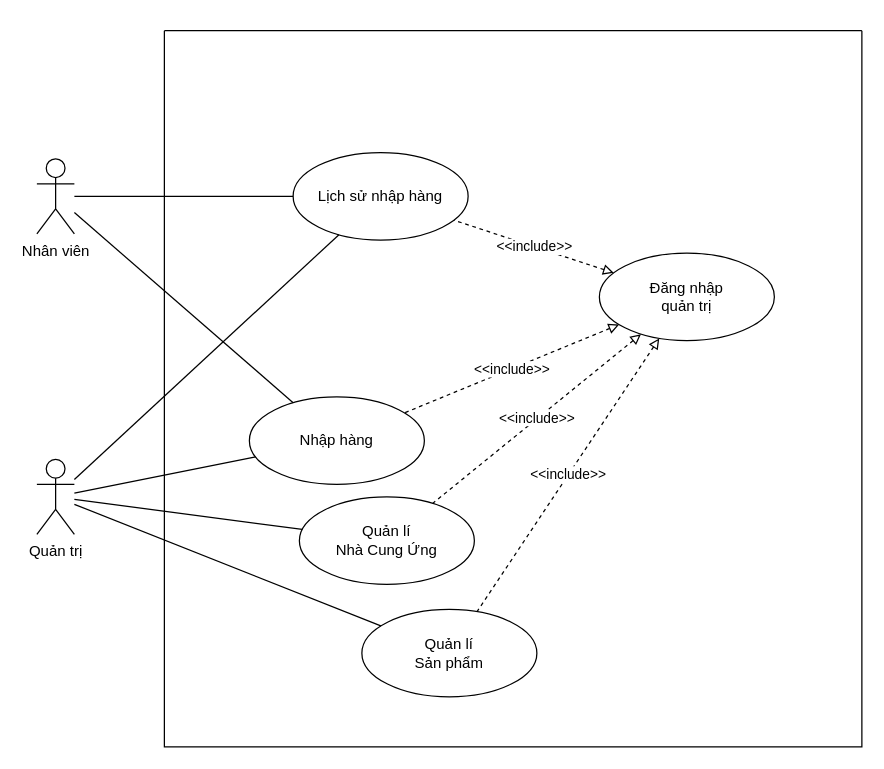
This is page "Page-1" (1 of 2) of Nam3_HK1/CNPM_SoftTech/Usecase Diagrams/UD_6_Warehourse.drawio from EdgarIgnite16/SGU-Course, a draw.io file, before an edit. Source tidied: cells renumbered, new cells numbered last; positions are measured from the earlier drawing's top-left corner, leaving out a move shared by most shapes. Both pictures are drawn from the tidied source at 125%, with x=0, y=0 at pixel (36, 30).
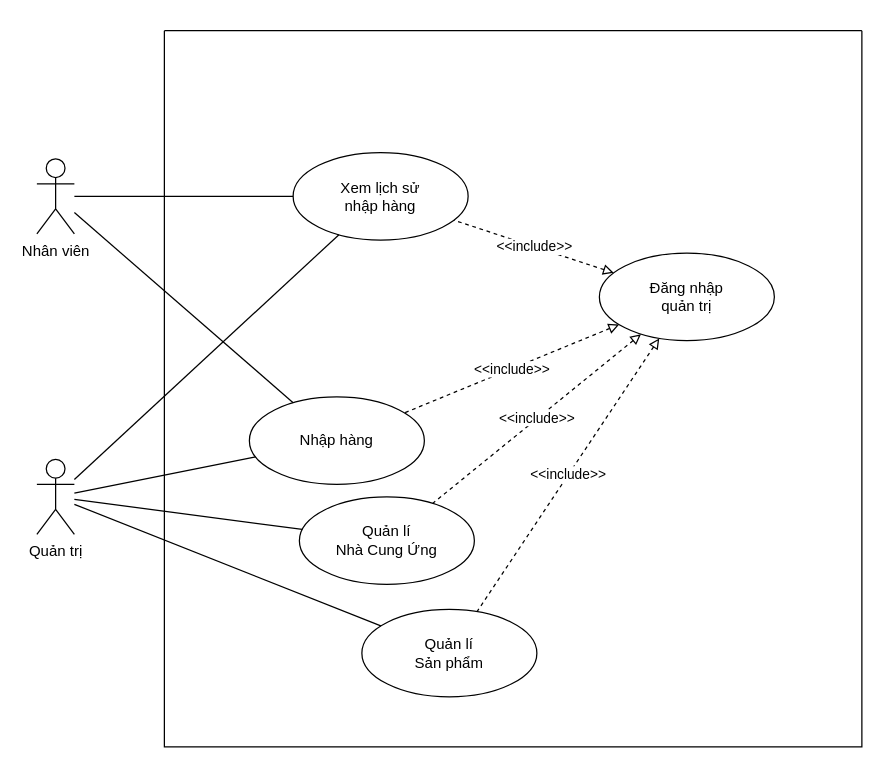
The same page after the edit.

Unchanged cells that the change refers to:
```xml
<mxCell id="4" style="swimlane;startSize=0;" parent="1" vertex="1">
  <mxGeometry x="102" width="558" height="573" as="geometry" />
</mxCell>
```

Diff of the diagram source:
```diff
@@
-    <mxCell id="8" value="Lịch sử nhập hàng" style="ellipse;whiteSpace=wrap;html=1;" parent="4" vertex="1">
+    <mxCell id="8" value="Xem lịch sử &lt;br&gt;nhập hàng" style="ellipse;whiteSpace=wrap;html=1;" parent="4" vertex="1">
       <mxGeometry x="103" y="97.5" width="140" height="70" as="geometry" />
     </mxCell>
```
